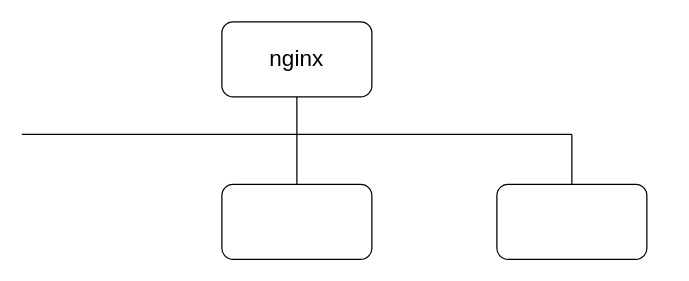
Before: 未命名绘图.drawio in bugmeng/dlstudy, a draw.io diagram. Source tidied: cells renumbered, new cells numbered last; positions are measured from the earlier drawing's top-left corner, leaving out a move shared by most shapes. Both pictures are drawn from the tidied source at 125%, with x=0, y=0 at pixel (21, 21).
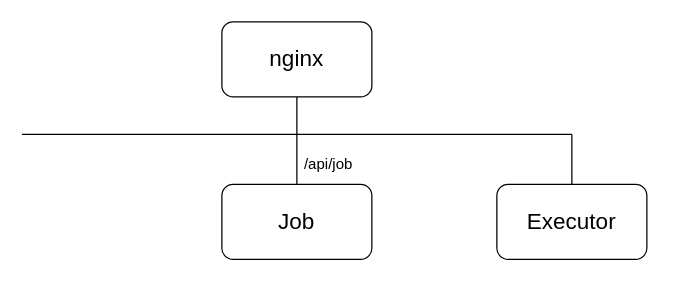
After the change.

Commit message:
更新未命名绘图.drawio

Change to the diagram source:
```diff
@@
 <mxGraphModel>
   <root>
     <mxCell id="0" />
     <mxCell id="1" parent="0" />
     <mxCell id="2" value="&lt;font style=&quot;font-size: 18px&quot;&gt;nginx&lt;/font&gt;" style="rounded=1;whiteSpace=wrap;html=1;" parent="1" vertex="1">
       <mxGeometry x="160" width="120" height="60" as="geometry" />
     </mxCell>
     <mxCell id="3" style="endArrow=none;html=1;" parent="1" edge="1">
       <mxGeometry relative="1" as="geometry">
         <mxPoint y="90" as="sourcePoint" />
         <mxPoint x="440" y="90" as="targetPoint" />
       </mxGeometry>
     </mxCell>
-    <mxCell id="4" style="rounded=1;whiteSpace=wrap;html=1;" parent="1" vertex="1">
+    <mxCell id="4" value="&lt;font style=&quot;font-size: 18px&quot;&gt;Job&lt;/font&gt;" style="rounded=1;whiteSpace=wrap;html=1;" parent="1" vertex="1">
       <mxGeometry x="160" y="130" width="120" height="60" as="geometry" />
     </mxCell>
     <mxCell id="5" style="endArrow=none;html=1;entryX=0.5;entryY=1;entryDx=0;entryDy=0;" parent="1" edge="1" source="4" target="2">
       <mxGeometry relative="1" as="geometry" />
     </mxCell>
-    <mxCell id="6" style="rounded=1;whiteSpace=wrap;html=1;" parent="1" vertex="1">
+    <mxCell id="6" value="&lt;font style=&quot;font-size: 18px&quot;&gt;Executor&lt;/font&gt;" style="rounded=1;whiteSpace=wrap;html=1;" parent="1" vertex="1">
       <mxGeometry x="380" y="130" width="120" height="60" as="geometry" />
     </mxCell>
     <mxCell id="7" style="endArrow=none;html=1;" parent="1" edge="1" source="6">
       <mxGeometry relative="1" as="geometry">
         <mxPoint x="440" y="90" as="targetPoint" />
       </mxGeometry>
     </mxCell>
+    <mxCell id="8" value="/api/job" style="text;html=1;align=center;verticalAlign=middle;" parent="1" vertex="1">
+      <mxGeometry x="220" y="104" width="50" height="20" as="geometry" />
+    </mxCell>
+    <mxCell id="9" value="&lt;font color=&quot;rgba(0, 0, 0, 0)&quot; face=&quot;monospace&quot;&gt;&lt;span style=&quot;font-size: 0px&quot;&gt;/api/&lt;/span&gt;&lt;/font&gt;" style="text;html=1;align=center;verticalAlign=middle;" parent="1" vertex="1">
+      <mxGeometry x="496" y="104" width="20" height="20" as="geometry" />
+    </mxCell>
   </root>
 </mxGraphModel>
```
